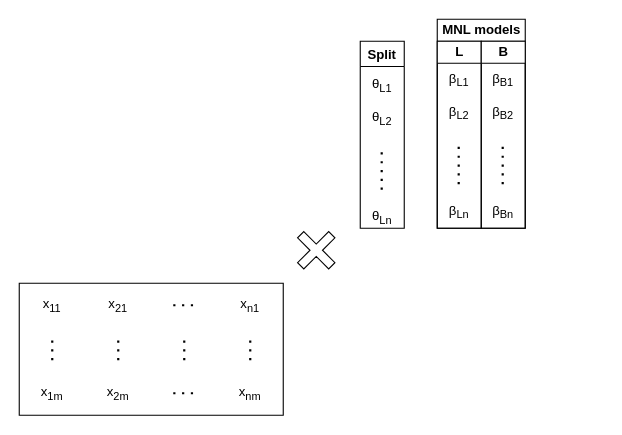
Before: Diagramme sans nom.drawio in matovitch/bips, a draw.io diagram. Source tidied: cells renumbered, new cells numbered last; positions are measured from the earlier drawing's top-left corner, leaving out a move shared by most shapes. Both pictures are drawn from the tidied source at 110%, with x=0, y=0 at pixel (19, 19). Pictures stored in the file or linked from it are replaced by grey dashed boxes.
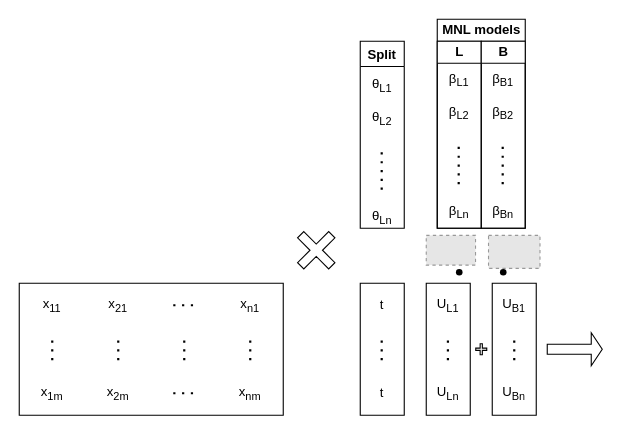
After the change.

Commit message:
Mettre à jour Diagramme sans nom.drawio

Change to the diagram source:
```diff
@@
+    <mxCell id="44" style="fillColor=#E6E6E6;strokeColor=#999999;dashed=1;verticalLabelPosition=bottom;verticalAlign=top;" parent="1" vertex="1">
+      <mxGeometry x="370" y="196.5" width="44.8" height="27" as="geometry" />
+    </mxCell>
+    <mxCell id="45" style="fillColor=#E6E6E6;strokeColor=#999999;dashed=1;verticalLabelPosition=bottom;verticalAlign=top;" parent="1" vertex="1">
+      <mxGeometry x="426.6" y="196.5" width="46.8" height="30" as="geometry" />
+    </mxCell>
+    <mxCell id="46" style="shape=waypoint;sketch=0;fillStyle=solid;size=6;fillColor=none;perimeter=centerPerimeter;" parent="1" vertex="1">
+      <mxGeometry x="390" y="220" width="20" height="20" as="geometry" />
+    </mxCell>
+    <mxCell id="47" style="shape=waypoint;sketch=0;fillStyle=solid;size=6;fillColor=none;perimeter=centerPerimeter;" parent="1" vertex="1">
+      <mxGeometry x="430" y="220" width="20" height="20" as="geometry" />
+    </mxCell>
+    <mxCell id="48" style="shape=table;html=1;whiteSpace=wrap;startSize=0;childLayout=tableLayout;columnLines=0;rowLines=0;fontSize=16;strokeColor=default;" parent="1" vertex="1">
+      <mxGeometry x="310" y="240" width="40" height="120" as="geometry" />
+    </mxCell>
+    <mxCell id="49" style="shape=tableRow;horizontal=0;startSize=0;swimlaneHead=0;swimlaneBody=0;top=0;left=0;bottom=0;right=0;fillColor=none;fontSize=16;strokeColor=inherit;" parent="48" vertex="1">
+      <mxGeometry width="40" height="40" as="geometry" />
+    </mxCell>
+    <mxCell id="50" value="t" style="shape=partialRectangle;html=1;whiteSpace=wrap;fillColor=none;top=0;left=0;bottom=0;right=0;overflow=hidden;fontSize=12;strokeColor=inherit;" parent="49" vertex="1">
+      <mxGeometry width="40" height="40" as="geometry" />
+    </mxCell>
+    <mxCell id="51" style="shape=tableRow;horizontal=0;startSize=0;swimlaneHead=0;swimlaneBody=0;top=0;left=0;bottom=0;right=0;fillColor=none;fontSize=16;strokeColor=inherit;" parent="48" vertex="1">
+      <mxGeometry y="40" width="40" height="40" as="geometry" />
+    </mxCell>
+    <mxCell id="52" style="shape=partialRectangle;html=1;whiteSpace=wrap;fillColor=none;top=0;left=0;bottom=0;right=0;overflow=hidden;fontSize=12;strokeColor=inherit;" parent="51" vertex="1">
+      <mxGeometry width="40" height="40" as="geometry" />
+    </mxCell>
+    <mxCell id="53" style="shape=tableRow;horizontal=0;startSize=0;swimlaneHead=0;swimlaneBody=0;top=0;left=0;bottom=0;right=0;fillColor=none;fontSize=16;strokeColor=inherit;" parent="48" vertex="1">
+      <mxGeometry y="80" width="40" height="40" as="geometry" />
+    </mxCell>
+    <mxCell id="54" value="t" style="shape=partialRectangle;html=1;whiteSpace=wrap;fillColor=none;top=0;left=0;bottom=0;right=0;overflow=hidden;fontSize=12;strokeColor=inherit;" parent="53" vertex="1">
+      <mxGeometry width="40" height="40" as="geometry" />
+    </mxCell>
+    <mxCell id="55" style="endArrow=none;dashed=1;html=1;dashPattern=1 3;strokeWidth=2;rounded=0;" parent="1" edge="1">
+      <mxGeometry relative="1" as="geometry">
+        <mxPoint x="329.5" y="310" as="sourcePoint" />
+        <mxPoint x="329.5" y="290" as="targetPoint" />
+      </mxGeometry>
+    </mxCell>
+    <mxCell id="56" style="shape=table;html=1;whiteSpace=wrap;startSize=0;childLayout=tableLayout;columnLines=0;rowLines=0;fontSize=16;strokeColor=default;" parent="1" vertex="1">
+      <mxGeometry x="370" y="240" width="40" height="120" as="geometry" />
+    </mxCell>
+    <mxCell id="57" style="shape=tableRow;horizontal=0;startSize=0;swimlaneHead=0;swimlaneBody=0;top=0;left=0;bottom=0;right=0;fillColor=none;fontSize=16;strokeColor=inherit;" parent="56" vertex="1">
+      <mxGeometry width="40" height="40" as="geometry" />
+    </mxCell>
+    <mxCell id="58" value="U&lt;sub&gt;L1&lt;/sub&gt;" style="shape=partialRectangle;html=1;whiteSpace=wrap;fillColor=none;top=0;left=0;bottom=0;right=0;overflow=hidden;fontSize=12;strokeColor=inherit;" parent="57" vertex="1">
+      <mxGeometry width="40" height="40" as="geometry" />
+    </mxCell>
+    <mxCell id="59" style="shape=tableRow;horizontal=0;startSize=0;swimlaneHead=0;swimlaneBody=0;top=0;left=0;bottom=0;right=0;fillColor=none;fontSize=16;strokeColor=inherit;" parent="56" vertex="1">
+      <mxGeometry y="40" width="40" height="40" as="geometry" />
+    </mxCell>
+    <mxCell id="60" style="shape=partialRectangle;html=1;whiteSpace=wrap;fillColor=none;top=0;left=0;bottom=0;right=0;overflow=hidden;fontSize=12;strokeColor=inherit;" parent="59" vertex="1">
+      <mxGeometry width="40" height="40" as="geometry" />
+    </mxCell>
+    <mxCell id="61" style="shape=tableRow;horizontal=0;startSize=0;swimlaneHead=0;swimlaneBody=0;top=0;left=0;bottom=0;right=0;fillColor=none;fontSize=16;strokeColor=inherit;" parent="56" vertex="1">
+      <mxGeometry y="80" width="40" height="40" as="geometry" />
+    </mxCell>
+    <mxCell id="62" style="shape=partialRectangle;html=1;whiteSpace=wrap;fillColor=none;top=0;left=0;bottom=0;right=0;overflow=hidden;fontSize=12;strokeColor=inherit;" parent="61" vertex="1">
+      <mxGeometry width="40" height="40" as="geometry" />
+    </mxCell>
+    <mxCell id="63" style="shape=table;html=1;whiteSpace=wrap;startSize=0;childLayout=tableLayout;columnLines=0;rowLines=0;fontSize=16;strokeColor=default;" parent="1" vertex="1">
+      <mxGeometry x="430" y="240" width="40" height="120" as="geometry" />
+    </mxCell>
+    <mxCell id="64" style="shape=tableRow;horizontal=0;startSize=0;swimlaneHead=0;swimlaneBody=0;top=0;left=0;bottom=0;right=0;fillColor=none;fontSize=16;strokeColor=inherit;" parent="63" vertex="1">
+      <mxGeometry width="40" height="40" as="geometry" />
+    </mxCell>
+    <mxCell id="65" value="U&lt;sub&gt;B1&lt;/sub&gt;" style="shape=partialRectangle;html=1;whiteSpace=wrap;fillColor=none;top=0;left=0;bottom=0;right=0;overflow=hidden;fontSize=12;strokeColor=inherit;" parent="64" vertex="1">
+      <mxGeometry width="40" height="40" as="geometry" />
+    </mxCell>
+    <mxCell id="66" style="shape=tableRow;horizontal=0;startSize=0;swimlaneHead=0;swimlaneBody=0;top=0;left=0;bottom=0;right=0;fillColor=none;fontSize=16;strokeColor=inherit;" parent="63" vertex="1">
+      <mxGeometry y="40" width="40" height="40" as="geometry" />
+    </mxCell>
+    <mxCell id="67" style="shape=partialRectangle;html=1;whiteSpace=wrap;fillColor=none;top=0;left=0;bottom=0;right=0;overflow=hidden;fontSize=12;strokeColor=inherit;" parent="66" vertex="1">
+      <mxGeometry width="40" height="40" as="geometry" />
+    </mxCell>
+    <mxCell id="68" style="shape=tableRow;horizontal=0;startSize=0;swimlaneHead=0;swimlaneBody=0;top=0;left=0;bottom=0;right=0;fillColor=none;fontSize=16;strokeColor=inherit;" parent="63" vertex="1">
+      <mxGeometry y="80" width="40" height="40" as="geometry" />
+    </mxCell>
+    <mxCell id="69" value="U&lt;sub&gt;Bn&lt;/sub&gt;" style="shape=partialRectangle;html=1;whiteSpace=wrap;fillColor=none;top=0;left=0;bottom=0;right=0;overflow=hidden;fontSize=12;strokeColor=inherit;" parent="68" vertex="1">
+      <mxGeometry width="40" height="40" as="geometry" />
+    </mxCell>
+    <mxCell id="70" style="shape=cross;whiteSpace=wrap;html=1;" parent="1" vertex="1">
+      <mxGeometry x="415" y="295" width="10" height="10" as="geometry" />
+    </mxCell>
+    <mxCell id="71" style="endArrow=none;dashed=1;html=1;dashPattern=1 3;strokeWidth=2;rounded=0;" parent="1" edge="1">
+      <mxGeometry relative="1" as="geometry">
+        <mxPoint x="389.7" y="310" as="sourcePoint" />
+        <mxPoint x="389.7" y="290" as="targetPoint" />
+      </mxGeometry>
+    </mxCell>
+    <mxCell id="72" style="endArrow=none;dashed=1;html=1;dashPattern=1 3;strokeWidth=2;rounded=0;" parent="1" edge="1">
+      <mxGeometry relative="1" as="geometry">
+        <mxPoint x="450" y="310" as="sourcePoint" />
+        <mxPoint x="450" y="290" as="targetPoint" />
+      </mxGeometry>
+    </mxCell>
+    <mxCell id="73" value="U&lt;sub&gt;Ln&lt;/sub&gt;" style="shape=partialRectangle;html=1;whiteSpace=wrap;fillColor=none;top=0;left=0;bottom=0;right=0;overflow=hidden;fontSize=12;strokeColor=inherit;" parent="1" vertex="1">
+      <mxGeometry x="370" y="320" width="40" height="40" as="geometry" />
+    </mxCell>
+    <mxCell id="74" style="shape=singleArrow;whiteSpace=wrap;html=1;" parent="1" vertex="1">
+      <mxGeometry x="480" y="285" width="50" height="30" as="geometry" />
+    </mxCell>
```
